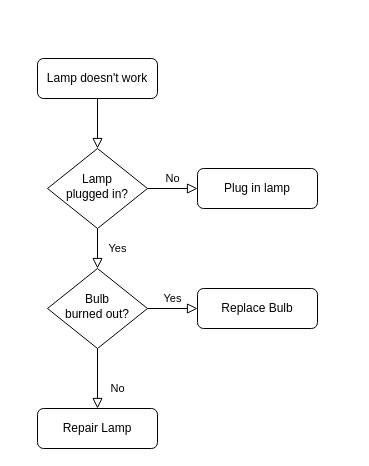
retoLabs/Coach keeps this draw.io diagram as Docs/Diagrama sin título.drawio. Above is the earlier version. Source tidied: cells renumbered, new cells numbered last; positions are measured from the earlier drawing's top-left corner, leaving out a move shared by most shapes. Both pictures are drawn from the tidied source at 100%, with x=0, y=0 at pixel (37, 58).
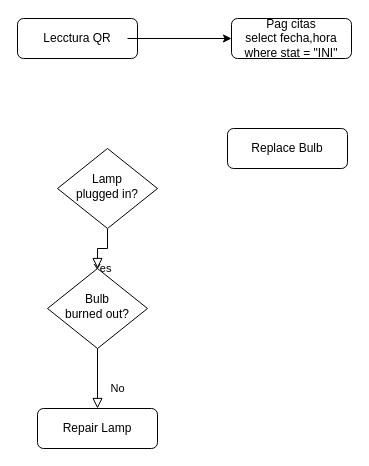
The same page after the edit.

What changed in the source:
```diff
@@
 <mxGraphModel>
   <root>
     <mxCell id="0" />
     <mxCell id="1" parent="0" />
-    <mxCell id="2" style="rounded=0;html=1;jettySize=auto;fontSize=11;endArrow=block;endFill=0;endSize=8;strokeWidth=1;shadow=0;labelBackgroundColor=none;edgeStyle=orthogonalEdgeStyle;" parent="1" edge="1" source="3" target="6">
-      <mxGeometry relative="1" as="geometry" />
-    </mxCell>
-    <mxCell id="3" value="Lamp doesn't work" style="rounded=1;whiteSpace=wrap;html=1;fontSize=12;glass=0;strokeWidth=1;shadow=0;" parent="1" vertex="1">
-      <mxGeometry width="120" height="40" as="geometry" />
+    <mxCell id="3" value="Lecctura QR" style="rounded=1;whiteSpace=wrap;html=1;fontSize=12;glass=0;strokeWidth=1;shadow=0;" parent="1" vertex="1">
+      <mxGeometry x="-20" y="-40" width="120" height="40" as="geometry" />
     </mxCell>
     <mxCell id="4" value="Yes" style="rounded=0;html=1;jettySize=auto;fontSize=11;endArrow=block;endFill=0;endSize=8;strokeWidth=1;shadow=0;labelBackgroundColor=none;edgeStyle=orthogonalEdgeStyle;" parent="1" edge="1" source="6" target="10">
       <mxGeometry y="20" relative="1" as="geometry" />
     </mxCell>
-    <mxCell id="5" value="No" style="edgeStyle=orthogonalEdgeStyle;rounded=0;html=1;jettySize=auto;fontSize=11;endArrow=block;endFill=0;endSize=8;strokeWidth=1;shadow=0;labelBackgroundColor=none;" parent="1" edge="1" source="6" target="7">
-      <mxGeometry y="10" relative="1" as="geometry" />
-    </mxCell>
     <mxCell id="6" value="Lamp&lt;br&gt;plugged in?" style="rhombus;whiteSpace=wrap;html=1;shadow=0;fontFamily=Helvetica;fontSize=12;align=center;strokeWidth=1;spacing=6;spacingTop=-4;" parent="1" vertex="1">
-      <mxGeometry x="10" y="90" width="100" height="80" as="geometry" />
+      <mxGeometry x="20" y="90" width="100" height="80" as="geometry" />
     </mxCell>
-    <mxCell id="7" value="Plug in lamp" style="rounded=1;whiteSpace=wrap;html=1;fontSize=12;glass=0;strokeWidth=1;shadow=0;" parent="1" vertex="1">
-      <mxGeometry x="160" y="110" width="120" height="40" as="geometry" />
+    <mxCell id="7" value="&lt;div&gt;Pag citas&lt;/div&gt;&lt;div&gt;select fecha,hora where stat = &quot;INI&quot;&lt;br&gt;&lt;/div&gt;" style="rounded=1;whiteSpace=wrap;html=1;fontSize=12;glass=0;strokeWidth=1;shadow=0;" parent="1" vertex="1">
+      <mxGeometry x="194" y="-40" width="120" height="40" as="geometry" />
     </mxCell>
     <mxCell id="8" value="No" style="rounded=0;html=1;jettySize=auto;fontSize=11;endArrow=block;endFill=0;endSize=8;strokeWidth=1;shadow=0;labelBackgroundColor=none;edgeStyle=orthogonalEdgeStyle;" parent="1" edge="1" source="10" target="11">
       <mxGeometry x="0.33" y="20" relative="1" as="geometry" />
     </mxCell>
-    <mxCell id="9" value="Yes" style="edgeStyle=orthogonalEdgeStyle;rounded=0;html=1;jettySize=auto;fontSize=11;endArrow=block;endFill=0;endSize=8;strokeWidth=1;shadow=0;labelBackgroundColor=none;" parent="1" edge="1" source="10" target="12">
-      <mxGeometry y="10" relative="1" as="geometry" />
-    </mxCell>
     <mxCell id="10" value="Bulb&lt;br&gt;burned out?" style="rhombus;whiteSpace=wrap;html=1;shadow=0;fontFamily=Helvetica;fontSize=12;align=center;strokeWidth=1;spacing=6;spacingTop=-4;" parent="1" vertex="1">
       <mxGeometry x="10" y="210" width="100" height="80" as="geometry" />
     </mxCell>
     <mxCell id="11" value="Repair Lamp" style="rounded=1;whiteSpace=wrap;html=1;fontSize=12;glass=0;strokeWidth=1;shadow=0;" parent="1" vertex="1">
       <mxGeometry y="350" width="120" height="40" as="geometry" />
     </mxCell>
     <mxCell id="12" value="Replace Bulb" style="rounded=1;whiteSpace=wrap;html=1;fontSize=12;glass=0;strokeWidth=1;shadow=0;" parent="1" vertex="1">
-      <mxGeometry x="160" y="230" width="120" height="40" as="geometry" />
+      <mxGeometry x="190" y="70" width="120" height="40" as="geometry" />
     </mxCell>
+    <mxCell id="13" style="endArrow=classic;html=1;rounded=0;" parent="1" edge="1" target="7">
+      <mxGeometry relative="1" as="geometry">
+        <mxPoint x="90" y="-20" as="sourcePoint" />
+      </mxGeometry>
+    </mxCell>
   </root>
 </mxGraphModel>
```
